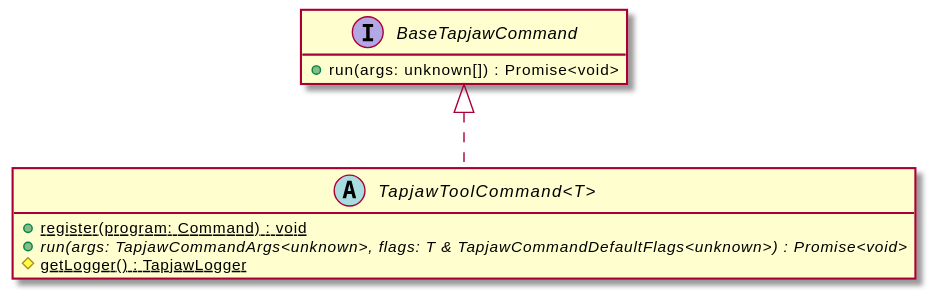
Above: api-docs/assets/TapjawToolCommand-umlClassDiagram-119.svg in digidip/tapjaw-importer (PlantUML), before the change.
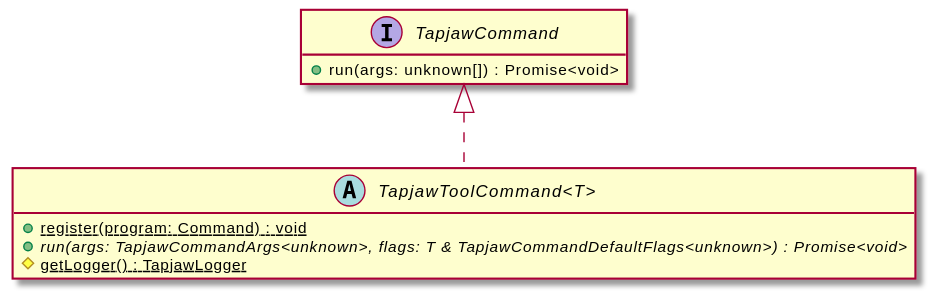
Later version of the same file.

What changed in the source:
```diff
@@ -7,8 +7,8 @@
     {abstract} +run(args: TapjawCommandArgs<unknown>, flags: T & TapjawCommandDefaultFlags<unknown>) : Promise<void>
     {static} #getLogger() : TapjawLogger
 }
-interface "BaseTapjawCommand" {
+interface "TapjawCommand" {
     +run(args: unknown[]) : Promise<void>
 }
-"BaseTapjawCommand" <|.. "TapjawToolCommand<T>"
+"TapjawCommand" <|.. "TapjawToolCommand<T>"
 @enduml
```
